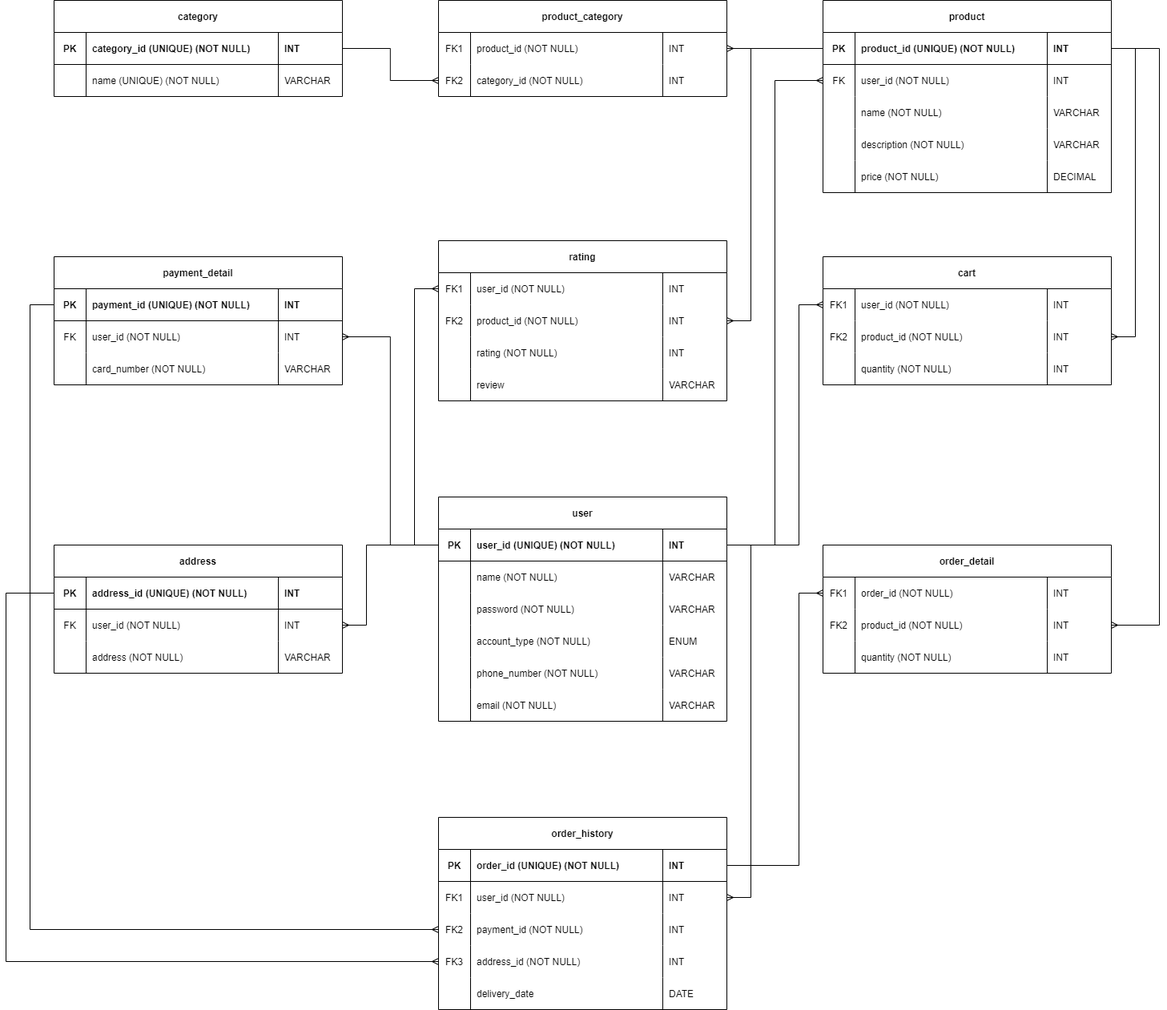
The draw.io diagram documentation/Logical Design.png in CS480UIC/dbs-farm-necessities, before a commit. Source tidied: cells renumbered, new cells last; positions are measured from the earlier drawing's top-left corner, leaving out a move shared by most shapes.
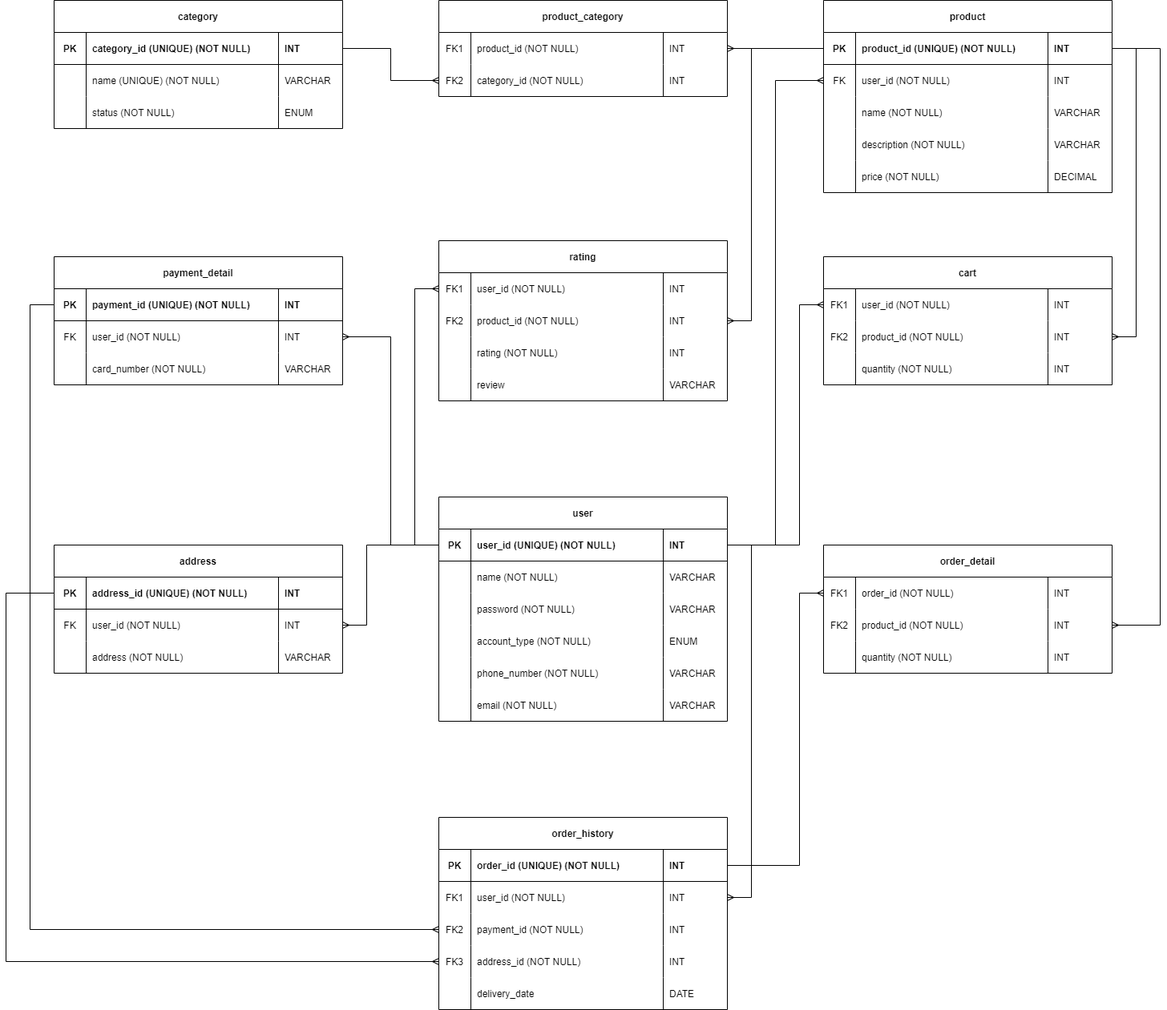
Later version of the same file.

Commit message:
updated logical design

based on feedback for PD5

The edit, as a diff of the source:
```diff
@@ -168,7 +168,7 @@
       <mxGeometry x="280" width="80" height="40" as="geometry" />
     </mxCell>
     <mxCell id="57" value="category" style="shape=table;startSize=40;rowLines=0;fontStyle=1;align=center;" parent="1" vertex="1">
-      <mxGeometry x="60" width="360" height="120" as="geometry" />
+      <mxGeometry x="60" width="360" height="160" as="geometry" />
     </mxCell>
     <mxCell id="58" style="shape=partialRectangle;fillColor=none;points=[[0,0.5],[1,0.5]];portConstraint=eastwest;top=0;left=0;right=0;bottom=1;" parent="57" vertex="1">
       <mxGeometry y="40" width="360" height="40" as="geometry" />
@@ -194,6 +194,18 @@
     <mxCell id="65" value="VARCHAR" style="shape=partialRectangle;overflow=hidden;fillColor=none;top=0;left=0;bottom=0;right=0;align=left;spacingLeft=6;" parent="62" vertex="1">
       <mxGeometry x="280" width="80" height="40" as="geometry" />
     </mxCell>
+    <mxCell id="170" style="shape=partialRectangle;fillColor=none;top=0;left=0;right=0;bottom=0;" parent="57" vertex="1">
+      <mxGeometry y="120" width="360" height="40" as="geometry" />
+    </mxCell>
+    <mxCell id="171" style="shape=partialRectangle;overflow=hidden;fillColor=none;top=0;left=0;bottom=0;right=0;" parent="170" vertex="1">
+      <mxGeometry width="40" height="40" as="geometry" />
+    </mxCell>
+    <mxCell id="172" value="status (NOT NULL)" style="shape=partialRectangle;overflow=hidden;fillColor=none;top=0;left=0;bottom=0;right=0;align=left;spacingLeft=6;" parent="170" vertex="1">
+      <mxGeometry x="40" width="240" height="40" as="geometry" />
+    </mxCell>
+    <mxCell id="173" value="ENUM" style="shape=partialRectangle;overflow=hidden;fillColor=none;top=0;left=0;bottom=0;right=0;align=left;spacingLeft=6;" parent="170" vertex="1">
+      <mxGeometry x="280" width="80" height="40" as="geometry" />
+    </mxCell>
     <mxCell id="66" value="order_history" style="shape=table;startSize=40;rowLines=0;fontStyle=1;align=center;" parent="1" vertex="1">
       <mxGeometry x="540" y="1020" width="360" height="240" as="geometry" />
     </mxCell>
```
